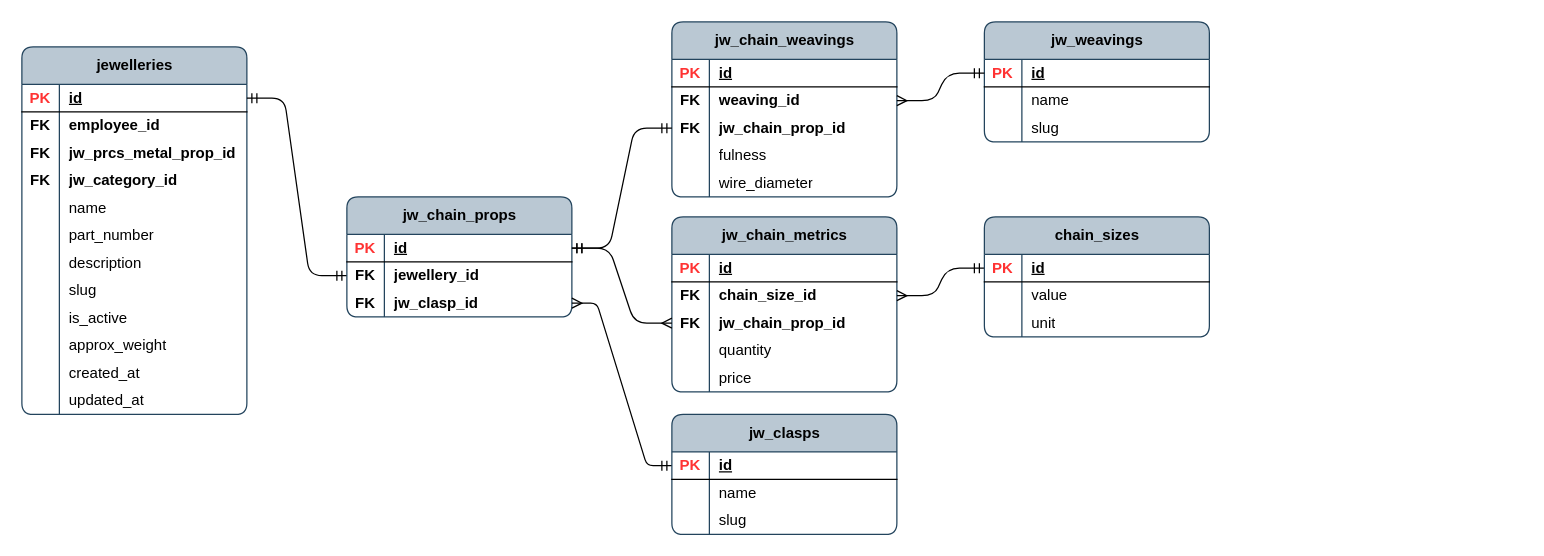
Earlier version of the draw.io diagram page "jw_chain_props" (11 of 13) of publisher/laravel-app/psql_jewellery_items.drawio (Local-development-environment/msg-brokers-publisher-consumer). Source tidied: cells renumbered, new cells numbered last; positions are measured from the earlier drawing's top-left corner, leaving out a move shared by most shapes. Both pictures are drawn from the tidied source at 125%, with x=0, y=0 at pixel (21, 21).
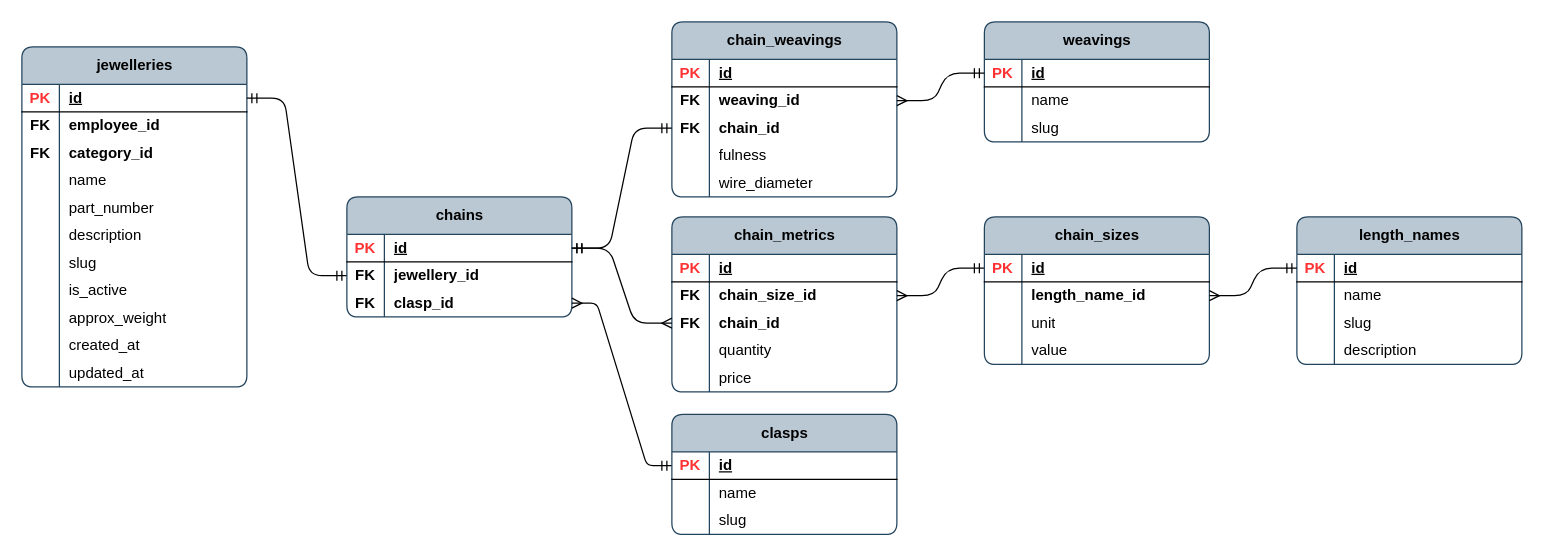
The same diagram, later.

The change refers to these unchanged cells:
```xml
<mxCell id="47" style="shape=tableRow;horizontal=0;startSize=0;swimlaneHead=0;swimlaneBody=0;fillColor=none;points=[[0,0.5],[1,0.5]];portConstraint=eastwest;top=0;left=0;right=0;bottom=0;rounded=0;" parent="40" vertex="1">
  <mxGeometry y="74" width="180" height="22" as="geometry" />
</mxCell>
<mxCell id="67" style="shape=tableRow;horizontal=0;startSize=0;swimlaneHead=0;swimlaneBody=0;fillColor=none;points=[[0,0.5],[1,0.5]];portConstraint=eastwest;top=0;left=0;right=0;bottom=0;rounded=0;" parent="60" vertex="1">
  <mxGeometry y="74" width="180" height="22" as="geometry" />
</mxCell>
<mxCell id="82" style="shape=tableRow;horizontal=0;startSize=0;swimlaneHead=0;swimlaneBody=0;fillColor=none;points=[[0,0.5],[1,0.5]];portConstraint=eastwest;top=0;left=0;right=0;bottom=0;rounded=0;" parent="78" vertex="1">
  <mxGeometry y="52" width="180" height="22" as="geometry" />
</mxCell>
<mxCell id="95" style="shape=tableRow;horizontal=0;startSize=0;swimlaneHead=0;swimlaneBody=0;fillColor=none;points=[[0,0.5],[1,0.5]];portConstraint=eastwest;top=0;left=0;right=0;bottom=0;rounded=0;" parent="88" vertex="1">
  <mxGeometry y="74" width="180" height="22" as="geometry" />
</mxCell>
```

Diff of the diagram source:
```diff
@@
     <mxCell id="2" value="jewelleries" style="shape=table;startSize=30;childLayout=tableLayout;rowLines=0;fontStyle=1;align=center;html=1;rounded=1;swimlaneFillColor=none;fillColor=#bac8d3;strokeColor=#23445d;columnLines=1;arcSize=10;" parent="1" vertex="1">
-      <mxGeometry y="20" width="180" height="294" as="geometry" />
+      <mxGeometry y="20" width="180" height="272" as="geometry" />
     </mxCell>
@@
-    <mxCell id="9" style="shape=tableRow;horizontal=0;startSize=0;swimlaneHead=0;swimlaneBody=0;fillColor=none;top=0;left=0;right=0;bottom=0;rounded=1;" parent="2" vertex="1">
-      <mxGeometry y="74" width="180" height="22" as="geometry" />
-    </mxCell>
-    <mxCell id="10" value="&lt;b&gt;FK&lt;/b&gt;" style="shape=partialRectangle;fillColor=none;top=0;left=0;bottom=0;right=0;overflow=hidden;whiteSpace=wrap;html=1;rounded=1;" parent="9" vertex="1">
-      <mxGeometry width="30" height="22" as="geometry" />
-    </mxCell>
-    <mxCell id="11" value="&lt;span style=&quot;font-weight: 700; text-align: center; text-wrap-mode: nowrap;&quot;&gt;jw_prcs_metal_prop_id&lt;/span&gt;" style="shape=partialRectangle;fillColor=none;top=0;left=0;bottom=0;right=0;align=left;spacingLeft=6;overflow=hidden;whiteSpace=wrap;html=1;rounded=1;" parent="9" vertex="1">
-      <mxGeometry x="30" width="150" height="22" as="geometry" />
-    </mxCell>
     <mxCell id="12" style="shape=tableRow;horizontal=0;startSize=0;swimlaneHead=0;swimlaneBody=0;fillColor=none;top=0;left=0;right=0;bottom=0;rounded=1;" parent="2" vertex="1">
-      <mxGeometry y="96" width="180" height="22" as="geometry" />
+      <mxGeometry y="74" width="180" height="22" as="geometry" />
     </mxCell>
@@
-    <mxCell id="14" value="&lt;b&gt;jw_category_id&lt;/b&gt;" style="shape=partialRectangle;fillColor=none;top=0;left=0;bottom=0;right=0;align=left;spacingLeft=6;overflow=hidden;whiteSpace=wrap;html=1;rounded=1;" parent="12" vertex="1">
+    <mxCell id="14" value="&lt;b&gt;category_id&lt;/b&gt;" style="shape=partialRectangle;fillColor=none;top=0;left=0;bottom=0;right=0;align=left;spacingLeft=6;overflow=hidden;whiteSpace=wrap;html=1;rounded=1;" parent="12" vertex="1">
       <mxGeometry x="30" width="150" height="22" as="geometry" />
     </mxCell>
     <mxCell id="15" style="shape=tableRow;horizontal=0;startSize=0;swimlaneHead=0;swimlaneBody=0;fillColor=none;top=0;left=0;right=0;bottom=0;rounded=1;" parent="2" vertex="1">
-      <mxGeometry y="118" width="180" height="22" as="geometry" />
+      <mxGeometry y="96" width="180" height="22" as="geometry" />
     </mxCell>
@@
     <mxCell id="18" style="shape=tableRow;horizontal=0;startSize=0;swimlaneHead=0;swimlaneBody=0;fillColor=none;top=0;left=0;right=0;bottom=0;rounded=1;" parent="2" vertex="1">
-      <mxGeometry y="140" width="180" height="22" as="geometry" />
+      <mxGeometry y="118" width="180" height="22" as="geometry" />
     </mxCell>
@@
     <mxCell id="21" style="shape=tableRow;horizontal=0;startSize=0;swimlaneHead=0;swimlaneBody=0;fillColor=none;top=0;left=0;right=0;bottom=0;rounded=1;" parent="2" vertex="1">
-      <mxGeometry y="162" width="180" height="22" as="geometry" />
+      <mxGeometry y="140" width="180" height="22" as="geometry" />
     </mxCell>
@@
     <mxCell id="24" style="shape=tableRow;horizontal=0;startSize=0;swimlaneHead=0;swimlaneBody=0;fillColor=none;top=0;left=0;right=0;bottom=0;rounded=1;" parent="2" vertex="1">
-      <mxGeometry y="184" width="180" height="22" as="geometry" />
+      <mxGeometry y="162" width="180" height="22" as="geometry" />
     </mxCell>
@@
     <mxCell id="27" style="shape=tableRow;horizontal=0;startSize=0;swimlaneHead=0;swimlaneBody=0;fillColor=none;top=0;left=0;right=0;bottom=0;rounded=1;" parent="2" vertex="1">
-      <mxGeometry y="206" width="180" height="22" as="geometry" />
+      <mxGeometry y="184" width="180" height="22" as="geometry" />
     </mxCell>
@@
     <mxCell id="30" style="shape=tableRow;horizontal=0;startSize=0;swimlaneHead=0;swimlaneBody=0;fillColor=none;top=0;left=0;right=0;bottom=0;rounded=1;" parent="2" vertex="1">
-      <mxGeometry y="228" width="180" height="22" as="geometry" />
+      <mxGeometry y="206" width="180" height="22" as="geometry" />
     </mxCell>
@@
     <mxCell id="33" style="shape=tableRow;horizontal=0;startSize=0;swimlaneHead=0;swimlaneBody=0;fillColor=none;top=0;left=0;right=0;bottom=0;rounded=1;" parent="2" vertex="1">
-      <mxGeometry y="250" width="180" height="22" as="geometry" />
+      <mxGeometry y="228" width="180" height="22" as="geometry" />
     </mxCell>
@@
     <mxCell id="36" style="shape=tableRow;horizontal=0;startSize=0;swimlaneHead=0;swimlaneBody=0;fillColor=none;top=0;left=0;right=0;bottom=0;rounded=1;" parent="2" vertex="1">
-      <mxGeometry y="272" width="180" height="22" as="geometry" />
+      <mxGeometry y="250" width="180" height="22" as="geometry" />
     </mxCell>
@@
-    <mxCell id="40" value="jw_chain_props" style="shape=table;startSize=30;childLayout=tableLayout;rowLines=0;fontStyle=1;align=center;html=1;rounded=1;swimlaneFillColor=none;fillColor=#bac8d3;strokeColor=#23445d;columnLines=1;arcSize=10;" parent="1" vertex="1">
+    <mxCell id="40" value="chains" style="shape=table;startSize=30;childLayout=tableLayout;rowLines=0;fontStyle=1;align=center;html=1;rounded=1;swimlaneFillColor=none;fillColor=#bac8d3;strokeColor=#23445d;columnLines=1;arcSize=10;" parent="1" vertex="1">
       <mxGeometry x="260" y="140" width="180" height="96" as="geometry" />
     </mxCell>
@@
-    <mxCell id="49" value="&lt;b&gt;jw_clasp_id&lt;/b&gt;" style="shape=partialRectangle;fillColor=none;top=0;left=0;bottom=0;right=0;align=left;spacingLeft=6;overflow=hidden;whiteSpace=wrap;html=1;" parent="47" vertex="1">
+    <mxCell id="49" value="&lt;b&gt;clasp_id&lt;/b&gt;" style="shape=partialRectangle;fillColor=none;top=0;left=0;bottom=0;right=0;align=left;spacingLeft=6;overflow=hidden;whiteSpace=wrap;html=1;" parent="47" vertex="1">
       <mxGeometry x="30" width="150" height="22" as="geometry" />
     </mxCell>
-    <mxCell id="50" value="jw_weavings" style="shape=table;startSize=30;childLayout=tableLayout;rowLines=0;fontStyle=1;align=center;html=1;rounded=1;swimlaneFillColor=none;fillColor=#bac8d3;strokeColor=#23445d;columnLines=1;arcSize=10;" parent="1" vertex="1">
+    <mxCell id="50" value="weavings" style="shape=table;startSize=30;childLayout=tableLayout;rowLines=0;fontStyle=1;align=center;html=1;rounded=1;swimlaneFillColor=none;fillColor=#bac8d3;strokeColor=#23445d;columnLines=1;arcSize=10;" parent="1" vertex="1">
       <mxGeometry x="770" width="180" height="96" as="geometry" />
     </mxCell>
@@
-    <mxCell id="60" value="jw_chain_metrics" style="shape=table;startSize=30;childLayout=tableLayout;rowLines=0;fontStyle=1;align=center;html=1;rounded=1;swimlaneFillColor=none;fillColor=#bac8d3;strokeColor=#23445d;columnLines=1;arcSize=10;" parent="1" vertex="1">
+    <mxCell id="60" value="chain_metrics" style="shape=table;startSize=30;childLayout=tableLayout;rowLines=0;fontStyle=1;align=center;html=1;rounded=1;swimlaneFillColor=none;fillColor=#bac8d3;strokeColor=#23445d;columnLines=1;arcSize=10;" parent="1" vertex="1">
       <mxGeometry x="520" y="156" width="180" height="140" as="geometry" />
     </mxCell>
@@
-    <mxCell id="69" value="&lt;b&gt;jw_chain_prop_id&lt;/b&gt;" style="shape=partialRectangle;fillColor=none;top=0;left=0;bottom=0;right=0;align=left;spacingLeft=6;overflow=hidden;whiteSpace=wrap;html=1;" parent="67" vertex="1">
+    <mxCell id="69" value="&lt;b&gt;chain_id&lt;/b&gt;" style="shape=partialRectangle;fillColor=none;top=0;left=0;bottom=0;right=0;align=left;spacingLeft=6;overflow=hidden;whiteSpace=wrap;html=1;" parent="67" vertex="1">
       <mxGeometry x="30" width="150" height="22" as="geometry" />
     </mxCell>
@@
     <mxCell id="78" value="chain_sizes" style="shape=table;startSize=30;childLayout=tableLayout;rowLines=0;fontStyle=1;align=center;html=1;rounded=1;swimlaneFillColor=none;fillColor=#bac8d3;strokeColor=#23445d;columnLines=1;arcSize=10;" parent="1" vertex="1">
-      <mxGeometry x="770" y="156" width="180" height="96" as="geometry" />
+      <mxGeometry x="770" y="156" width="180" height="118" as="geometry" />
     </mxCell>
@@
-    <mxCell id="84" value="value" style="shape=partialRectangle;fillColor=none;top=0;left=0;bottom=0;right=0;align=left;spacingLeft=6;overflow=hidden;whiteSpace=wrap;html=1;" parent="82" vertex="1">
+    <mxCell id="84" value="&lt;b&gt;length_name_id&lt;/b&gt;" style="shape=partialRectangle;fillColor=none;top=0;left=0;bottom=0;right=0;align=left;spacingLeft=6;overflow=hidden;whiteSpace=wrap;html=1;" parent="82" vertex="1">
       <mxGeometry x="30" width="150" height="22" as="geometry" />
     </mxCell>
@@
+    <mxCell id="117" style="shape=tableRow;horizontal=0;startSize=0;swimlaneHead=0;swimlaneBody=0;fillColor=none;top=0;left=0;right=0;bottom=0;rounded=0;" parent="78" vertex="1">
+      <mxGeometry y="96" width="180" height="22" as="geometry" />
+    </mxCell>
+    <mxCell id="118" style="shape=partialRectangle;fillColor=none;top=0;left=0;bottom=0;right=0;overflow=hidden;whiteSpace=wrap;html=1;" parent="117" vertex="1">
+      <mxGeometry width="30" height="22" as="geometry" />
+    </mxCell>
+    <mxCell id="119" value="value" style="shape=partialRectangle;fillColor=none;top=0;left=0;bottom=0;right=0;align=left;spacingLeft=6;overflow=hidden;whiteSpace=wrap;html=1;" parent="117" vertex="1">
+      <mxGeometry x="30" width="150" height="22" as="geometry" />
+    </mxCell>
-    <mxCell id="88" value="jw_chain_weavings" style="shape=table;startSize=30;childLayout=tableLayout;rowLines=0;fontStyle=1;align=center;html=1;rounded=1;swimlaneFillColor=none;fillColor=#bac8d3;strokeColor=#23445d;columnLines=1;arcSize=10;" parent="1" vertex="1">
+    <mxCell id="88" value="chain_weavings" style="shape=table;startSize=30;childLayout=tableLayout;rowLines=0;fontStyle=1;align=center;html=1;rounded=1;swimlaneFillColor=none;fillColor=#bac8d3;strokeColor=#23445d;columnLines=1;arcSize=10;" parent="1" vertex="1">
       <mxGeometry x="520" width="180" height="140" as="geometry" />
     </mxCell>
@@
-    <mxCell id="97" value="&lt;b&gt;jw_chain_prop_id&lt;/b&gt;" style="shape=partialRectangle;fillColor=none;top=0;left=0;bottom=0;right=0;align=left;spacingLeft=6;overflow=hidden;whiteSpace=wrap;html=1;" parent="95" vertex="1">
+    <mxCell id="97" value="&lt;b&gt;chain_id&lt;/b&gt;" style="shape=partialRectangle;fillColor=none;top=0;left=0;bottom=0;right=0;align=left;spacingLeft=6;overflow=hidden;whiteSpace=wrap;html=1;" parent="95" vertex="1">
       <mxGeometry x="30" width="150" height="22" as="geometry" />
     </mxCell>
@@
-    <mxCell id="107" value="jw_clasps" style="shape=table;startSize=30;childLayout=tableLayout;rowLines=0;fontStyle=1;align=center;html=1;rounded=1;swimlaneFillColor=none;fillColor=#bac8d3;strokeColor=#23445d;columnLines=1;arcSize=10;" parent="1" vertex="1">
+    <mxCell id="107" value="clasps" style="shape=table;startSize=30;childLayout=tableLayout;rowLines=0;fontStyle=1;align=center;html=1;rounded=1;swimlaneFillColor=none;fillColor=#bac8d3;strokeColor=#23445d;columnLines=1;arcSize=10;" parent="1" vertex="1">
       <mxGeometry x="520" y="314" width="180" height="96" as="geometry" />
     </mxCell>
@@
+    <mxCell id="120" value="length_names" style="shape=table;startSize=30;childLayout=tableLayout;rowLines=0;fontStyle=1;align=center;html=1;rounded=1;swimlaneFillColor=none;fillColor=#bac8d3;strokeColor=#23445d;columnLines=1;arcSize=10;" parent="1" vertex="1">
+      <mxGeometry x="1020" y="156" width="180" height="118" as="geometry" />
+    </mxCell>
+    <mxCell id="121" style="shape=tableRow;horizontal=0;startSize=0;swimlaneHead=0;swimlaneBody=0;fillColor=none;points=[[0,0.5],[1,0.5]];portConstraint=eastwest;top=0;left=0;right=0;bottom=1;rounded=0;" parent="120" vertex="1">
+      <mxGeometry y="30" width="180" height="22" as="geometry" />
+    </mxCell>
+    <mxCell id="122" value="&lt;font color=&quot;#ff3333&quot;&gt;PK&lt;/font&gt;" style="shape=partialRectangle;fillColor=none;top=0;left=0;bottom=0;right=0;fontStyle=1;overflow=hidden;whiteSpace=wrap;html=1;" parent="121" vertex="1">
+      <mxGeometry width="30" height="22" as="geometry" />
+    </mxCell>
+    <mxCell id="123" value="id" style="shape=partialRectangle;fillColor=none;top=0;left=0;bottom=0;right=0;align=left;spacingLeft=6;fontStyle=5;overflow=hidden;whiteSpace=wrap;html=1;" parent="121" vertex="1">
+      <mxGeometry x="30" width="150" height="22" as="geometry" />
+    </mxCell>
+    <mxCell id="124" style="shape=tableRow;horizontal=0;startSize=0;swimlaneHead=0;swimlaneBody=0;fillColor=none;top=0;left=0;right=0;bottom=0;rounded=0;" parent="120" vertex="1">
+      <mxGeometry y="52" width="180" height="22" as="geometry" />
+    </mxCell>
+    <mxCell id="125" style="shape=partialRectangle;fillColor=none;top=0;left=0;bottom=0;right=0;overflow=hidden;whiteSpace=wrap;html=1;" parent="124" vertex="1">
+      <mxGeometry width="30" height="22" as="geometry" />
+    </mxCell>
+    <mxCell id="126" value="name" style="shape=partialRectangle;fillColor=none;top=0;left=0;bottom=0;right=0;align=left;spacingLeft=6;overflow=hidden;whiteSpace=wrap;html=1;" parent="124" vertex="1">
+      <mxGeometry x="30" width="150" height="22" as="geometry" />
+    </mxCell>
+    <mxCell id="127" style="shape=tableRow;horizontal=0;startSize=0;swimlaneHead=0;swimlaneBody=0;fillColor=none;top=0;left=0;right=0;bottom=0;rounded=0;" parent="120" vertex="1">
+      <mxGeometry y="74" width="180" height="22" as="geometry" />
+    </mxCell>
+    <mxCell id="128" style="shape=partialRectangle;fillColor=none;top=0;left=0;bottom=0;right=0;overflow=hidden;whiteSpace=wrap;html=1;" parent="127" vertex="1">
+      <mxGeometry width="30" height="22" as="geometry" />
+    </mxCell>
+    <mxCell id="129" value="slug" style="shape=partialRectangle;fillColor=none;top=0;left=0;bottom=0;right=0;align=left;spacingLeft=6;overflow=hidden;whiteSpace=wrap;html=1;" parent="127" vertex="1">
+      <mxGeometry x="30" width="150" height="22" as="geometry" />
+    </mxCell>
+    <mxCell id="130" style="shape=tableRow;horizontal=0;startSize=0;swimlaneHead=0;swimlaneBody=0;fillColor=none;top=0;left=0;right=0;bottom=0;rounded=0;" parent="120" vertex="1">
+      <mxGeometry y="96" width="180" height="22" as="geometry" />
+    </mxCell>
+    <mxCell id="131" style="shape=partialRectangle;fillColor=none;top=0;left=0;bottom=0;right=0;overflow=hidden;whiteSpace=wrap;html=1;" parent="130" vertex="1">
+      <mxGeometry width="30" height="22" as="geometry" />
+    </mxCell>
+    <mxCell id="132" value="description" style="shape=partialRectangle;fillColor=none;top=0;left=0;bottom=0;right=0;align=left;spacingLeft=6;overflow=hidden;whiteSpace=wrap;html=1;" parent="130" vertex="1">
+      <mxGeometry x="30" width="150" height="22" as="geometry" />
+    </mxCell>
+    <mxCell id="133" style="edgeStyle=entityRelationEdgeStyle;fontSize=12;html=1;endArrow=ERmany;rounded=1;curved=0;exitX=0;exitY=0.5;exitDx=0;exitDy=0;startArrow=ERmandOne;startFill=0;entryX=1;entryY=0.5;entryDx=0;entryDy=0;" parent="1" edge="1" source="121" target="82">
+      <mxGeometry relative="1" as="geometry" />
+    </mxCell>
```
